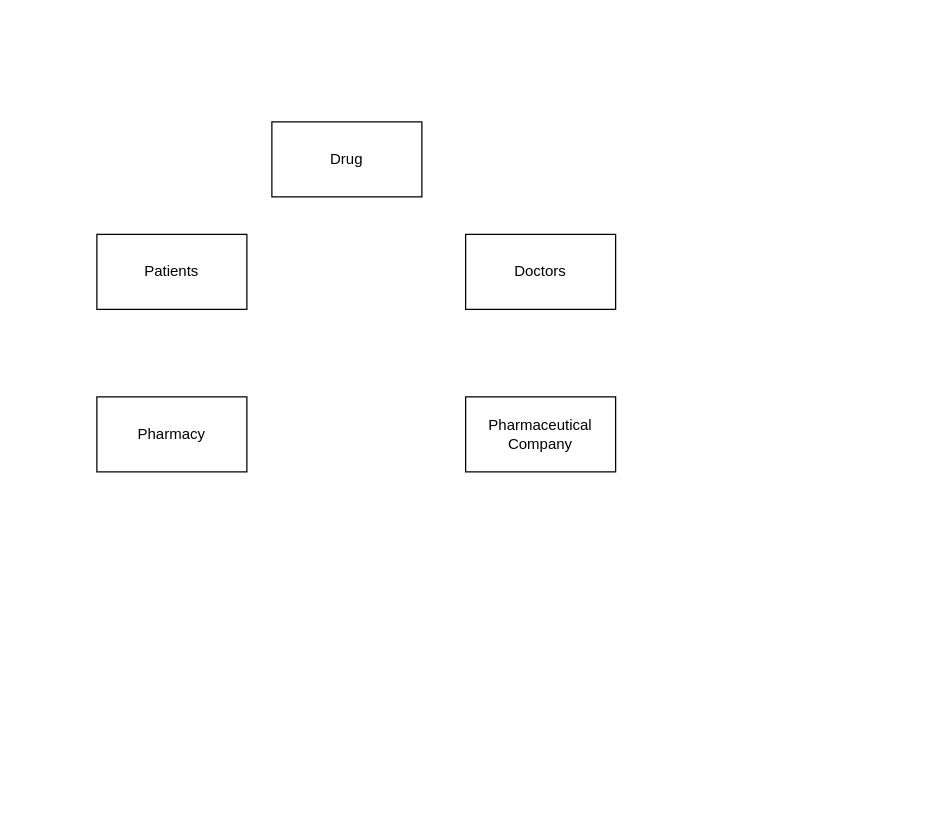
Above: Homework2.drawio in Swoopi/2022_0s_211 (draw.io), before the change. Source tidied: cells renumbered, new cells numbered last; positions are measured from the earlier drawing's top-left corner, leaving out a move shared by most shapes. Both pictures are drawn from the tidied source at 125%, with x=0, y=0 at pixel (96, 121).
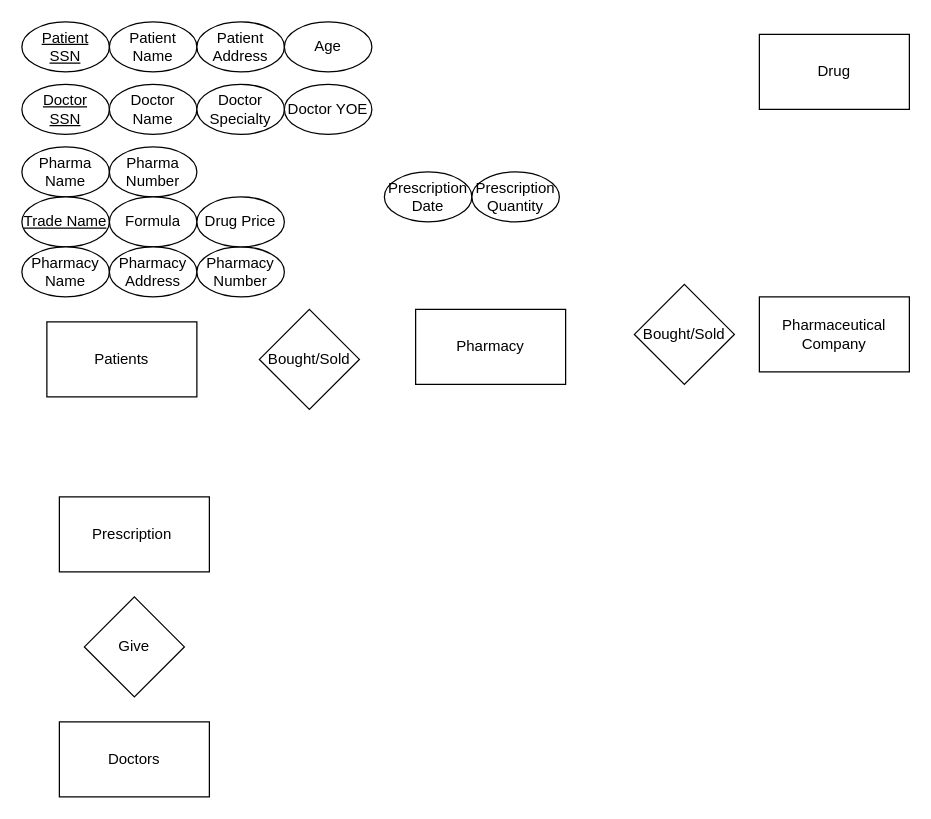
After the change.

The edit, as a diff of the source:
```diff
@@
     <mxCell id="2" value="Patients" style="rounded=0;whiteSpace=wrap;html=1;" parent="1" vertex="1">
-      <mxGeometry y="90" width="120" height="60" as="geometry" />
+      <mxGeometry x="-40" y="160" width="120" height="60" as="geometry" />
     </mxCell>
     <mxCell id="3" value="Doctors" style="rounded=0;whiteSpace=wrap;html=1;" parent="1" vertex="1">
-      <mxGeometry x="295" y="90" width="120" height="60" as="geometry" />
+      <mxGeometry x="-30" y="480" width="120" height="60" as="geometry" />
     </mxCell>
     <mxCell id="4" value="Pharmacy" style="rounded=0;whiteSpace=wrap;html=1;" parent="1" vertex="1">
-      <mxGeometry y="220" width="120" height="60" as="geometry" />
+      <mxGeometry x="255" y="150" width="120" height="60" as="geometry" />
     </mxCell>
     <mxCell id="5" value="Pharmaceutical Company" style="rounded=0;whiteSpace=wrap;html=1;" parent="1" vertex="1">
-      <mxGeometry x="295" y="220" width="120" height="60" as="geometry" />
+      <mxGeometry x="530" y="140" width="120" height="60" as="geometry" />
     </mxCell>
     <mxCell id="6" value="Drug" style="rounded=0;whiteSpace=wrap;html=1;" parent="1" vertex="1">
-      <mxGeometry x="140" width="120" height="60" as="geometry" />
+      <mxGeometry x="530" y="-70" width="120" height="60" as="geometry" />
     </mxCell>
+    <mxCell id="7" value="&lt;u&gt;Patient&lt;br&gt;SSN&lt;/u&gt;" style="ellipse;whiteSpace=wrap;html=1;" parent="1" vertex="1">
+      <mxGeometry x="-60" y="-80" width="70" height="40" as="geometry" />
+    </mxCell>
+    <mxCell id="8" value="Patient Name" style="ellipse;whiteSpace=wrap;html=1;" parent="1" vertex="1">
+      <mxGeometry x="10" y="-80" width="70" height="40" as="geometry" />
+    </mxCell>
+    <mxCell id="9" value="Patient Address" style="ellipse;whiteSpace=wrap;html=1;" parent="1" vertex="1">
+      <mxGeometry x="80" y="-80" width="70" height="40" as="geometry" />
+    </mxCell>
+    <mxCell id="10" value="Age" style="ellipse;whiteSpace=wrap;html=1;" parent="1" vertex="1">
+      <mxGeometry x="150" y="-80" width="70" height="40" as="geometry" />
+    </mxCell>
+    <mxCell id="11" value="&lt;u&gt;Doctor&lt;br&gt;SSN&lt;/u&gt;" style="ellipse;whiteSpace=wrap;html=1;" parent="1" vertex="1">
+      <mxGeometry x="-60" y="-30" width="70" height="40" as="geometry" />
+    </mxCell>
+    <mxCell id="12" value="Doctor Name" style="ellipse;whiteSpace=wrap;html=1;" parent="1" vertex="1">
+      <mxGeometry x="10" y="-30" width="70" height="40" as="geometry" />
+    </mxCell>
+    <mxCell id="13" value="Doctor Specialty" style="ellipse;whiteSpace=wrap;html=1;" parent="1" vertex="1">
+      <mxGeometry x="80" y="-30" width="70" height="40" as="geometry" />
+    </mxCell>
+    <mxCell id="14" value="Doctor YOE" style="ellipse;whiteSpace=wrap;html=1;" parent="1" vertex="1">
+      <mxGeometry x="150" y="-30" width="70" height="40" as="geometry" />
+    </mxCell>
+    <mxCell id="15" value="Pharma Name" style="ellipse;whiteSpace=wrap;html=1;" parent="1" vertex="1">
+      <mxGeometry x="-60" y="20" width="70" height="40" as="geometry" />
+    </mxCell>
+    <mxCell id="16" value="Pharma Number" style="ellipse;whiteSpace=wrap;html=1;" parent="1" vertex="1">
+      <mxGeometry x="10" y="20" width="70" height="40" as="geometry" />
+    </mxCell>
+    <mxCell id="17" value="&lt;u&gt;Trade Name&lt;/u&gt;" style="ellipse;whiteSpace=wrap;html=1;" parent="1" vertex="1">
+      <mxGeometry x="-60" y="60" width="70" height="40" as="geometry" />
+    </mxCell>
+    <mxCell id="18" value="Formula" style="ellipse;whiteSpace=wrap;html=1;" parent="1" vertex="1">
+      <mxGeometry x="10" y="60" width="70" height="40" as="geometry" />
+    </mxCell>
+    <mxCell id="19" value="Pharmacy Name" style="ellipse;whiteSpace=wrap;html=1;" parent="1" vertex="1">
+      <mxGeometry x="-60" y="100" width="70" height="40" as="geometry" />
+    </mxCell>
+    <mxCell id="20" value="Pharmacy Address" style="ellipse;whiteSpace=wrap;html=1;" parent="1" vertex="1">
+      <mxGeometry x="10" y="100" width="70" height="40" as="geometry" />
+    </mxCell>
+    <mxCell id="21" value="Pharmacy Number" style="ellipse;whiteSpace=wrap;html=1;" parent="1" vertex="1">
+      <mxGeometry x="80" y="100" width="70" height="40" as="geometry" />
+    </mxCell>
+    <mxCell id="22" value="Drug Price" style="ellipse;whiteSpace=wrap;html=1;" parent="1" vertex="1">
+      <mxGeometry x="80" y="60" width="70" height="40" as="geometry" />
+    </mxCell>
+    <mxCell id="23" value="Give" style="rhombus;whiteSpace=wrap;html=1;" parent="1" vertex="1">
+      <mxGeometry x="-10" y="380" width="80" height="80" as="geometry" />
+    </mxCell>
+    <mxCell id="24" value="Bought/Sold" style="rhombus;whiteSpace=wrap;html=1;" parent="1" vertex="1">
+      <mxGeometry x="430" y="130" width="80" height="80" as="geometry" />
+    </mxCell>
+    <mxCell id="25" value="Bought/Sold" style="rhombus;whiteSpace=wrap;html=1;" parent="1" vertex="1">
+      <mxGeometry x="130" y="150" width="80" height="80" as="geometry" />
+    </mxCell>
+    <mxCell id="26" value="Prescription&amp;nbsp;" style="rounded=0;whiteSpace=wrap;html=1;" parent="1" vertex="1">
+      <mxGeometry x="-30" y="300" width="120" height="60" as="geometry" />
+    </mxCell>
+    <mxCell id="27" value="Prescription Date" style="ellipse;whiteSpace=wrap;html=1;" parent="1" vertex="1">
+      <mxGeometry x="230" y="40" width="70" height="40" as="geometry" />
+    </mxCell>
+    <mxCell id="28" value="Prescription Quantity" style="ellipse;whiteSpace=wrap;html=1;" parent="1" vertex="1">
+      <mxGeometry x="300" y="40" width="70" height="40" as="geometry" />
+    </mxCell>
```
